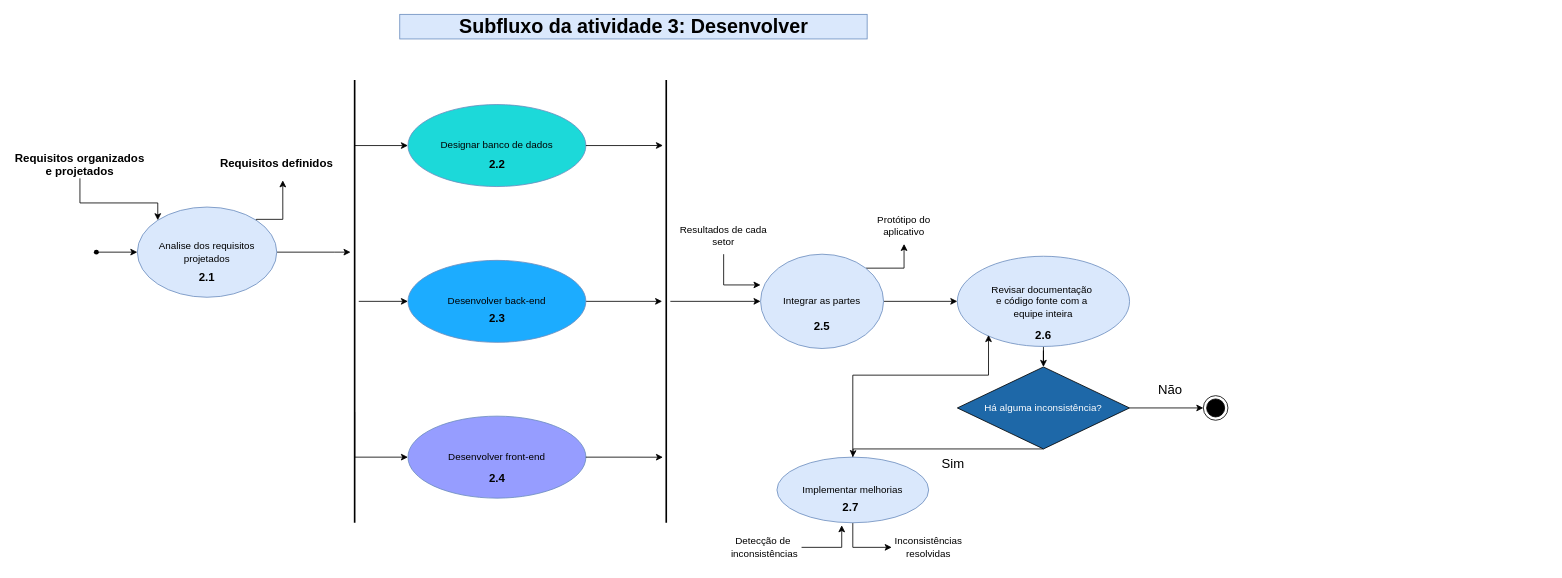
Earlier version of the draw.io diagram page "Subfluxo atv 3" (4 of 8) of Diagrama sem nome.drawio (helloisasilva/Processo-de-engenharia-de-software-para-App-mobile). Source tidied: cells renumbered, new cells numbered last; positions are measured from the earlier drawing's top-left corner, leaving out a move shared by most shapes. Both pictures are drawn from the tidied source at 82%, with x=0, y=0 at pixel (14, 14).
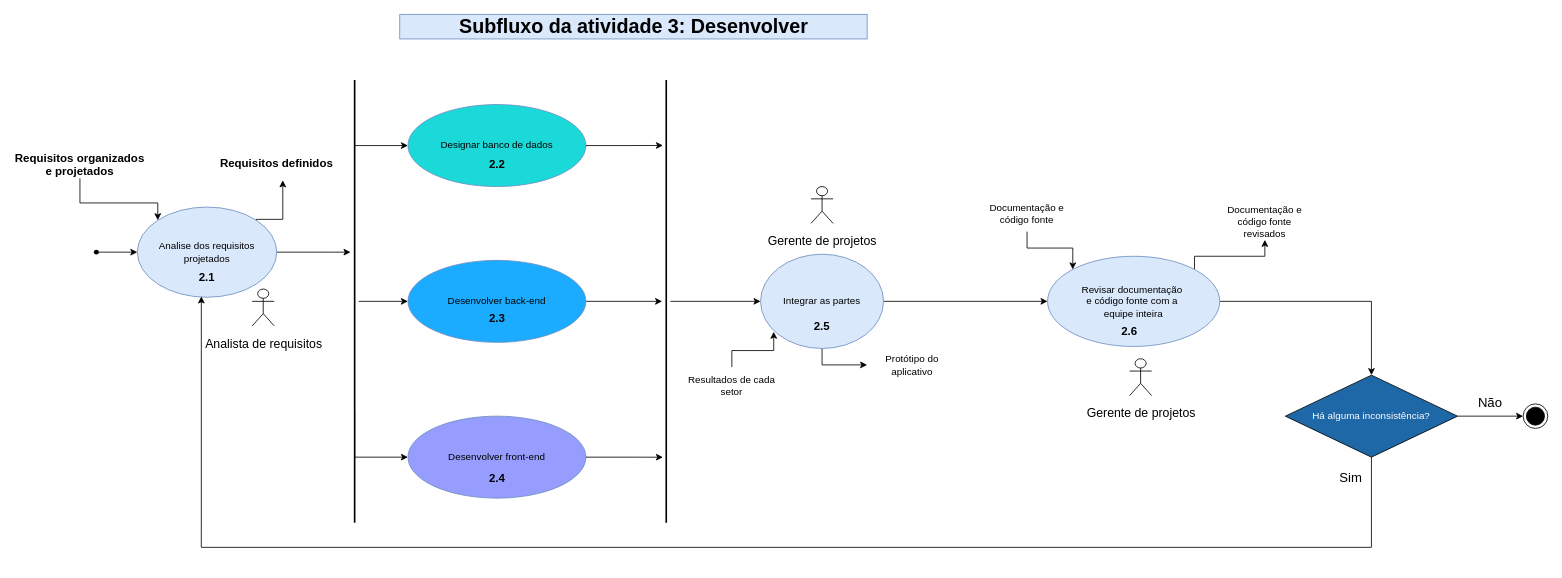
The same page after the edit.

Unchanged cells that the change refers to:
```xml
<mxCell id="5" value="&lt;div&gt;Analise dos requisitos projetados&lt;/div&gt;" style="ellipse;whiteSpace=wrap;html=1;fillColor=#dae8fc;strokeColor=#6c8ebf;" parent="1" vertex="1">
  <mxGeometry x="150" y="235" width="170" height="110" as="geometry" />
</mxCell>
<mxCell id="26" value="Integrar as partes" style="ellipse;whiteSpace=wrap;html=1;fillColor=#dae8fc;strokeColor=#6c8ebf;" parent="1" vertex="1">
  <mxGeometry x="910" y="292.5" width="150" height="115" as="geometry" />
</mxCell>
```

Change to the diagram source:
```diff
@@
+    <mxCell id="25" style="edgeStyle=orthogonalEdgeStyle;rounded=0;jettySize=auto;html=1;" parent="1" edge="1" source="26" target="28">
+      <mxGeometry relative="1" as="geometry" />
+    </mxCell>
-    <mxCell id="24" style="edgeStyle=orthogonalEdgeStyle;rounded=0;jettySize=auto;html=1;exitX=1;exitY=0;exitDx=0;exitDy=0;entryX=0.5;entryY=1;entryDx=0;entryDy=0;" parent="1" edge="1" source="26" target="31">
-      <mxGeometry relative="1" as="geometry">
-        <Array as="points">
-          <mxPoint x="1085" y="310" />
-        </Array>
-      </mxGeometry>
+    <mxCell id="24" style="edgeStyle=orthogonalEdgeStyle;rounded=0;jettySize=auto;html=1;entryX=0;entryY=0.5;entryDx=0;entryDy=0;" parent="1" edge="1" source="26" target="31">
+      <mxGeometry relative="1" as="geometry" />
     </mxCell>
-    <mxCell id="25" style="edgeStyle=orthogonalEdgeStyle;rounded=0;jettySize=auto;html=1;" parent="1" edge="1" source="26" target="28">
-      <mxGeometry relative="1" as="geometry" />
-    </mxCell>
@@
+    <mxCell id="50" style="edgeStyle=orthogonalEdgeStyle;rounded=0;jettySize=auto;html=1;exitX=1;exitY=0;exitDx=0;exitDy=0;entryX=0.5;entryY=1;entryDx=0;entryDy=0;" parent="1" edge="1" source="28" target="56">
+      <mxGeometry relative="1" as="geometry">
+        <Array as="points">
+          <mxPoint x="1439" y="295" />
+          <mxPoint x="1525" y="295" />
+        </Array>
+      </mxGeometry>
+    </mxCell>
     <mxCell id="28" value="Revisar documentação&amp;nbsp;&lt;div&gt;e código fonte com a&amp;nbsp;&lt;/div&gt;&lt;div&gt;equipe inteira&lt;/div&gt;" style="ellipse;whiteSpace=wrap;html=1;fillColor=#dae8fc;strokeColor=#6c8ebf;" parent="1" vertex="1">
-      <mxGeometry x="1150" y="295" width="210" height="110" as="geometry" />
+      <mxGeometry x="1260" y="295" width="210" height="110" as="geometry" />
     </mxCell>
     <mxCell id="29" value="Resultados de cada setor" style="text;html=1;align=center;verticalAlign=middle;whiteSpace=wrap;rounded=0;" parent="1" vertex="1">
-      <mxGeometry x="810" y="247.5" width="110" height="45" as="geometry" />
+      <mxGeometry x="820" y="430" width="110" height="45" as="geometry" />
     </mxCell>
-    <mxCell id="30" style="edgeStyle=orthogonalEdgeStyle;rounded=0;jettySize=auto;html=1;exitX=0.5;exitY=1;exitDx=0;exitDy=0;entryX=0;entryY=0.326;entryDx=0;entryDy=0;entryPerimeter=0;" parent="1" edge="1" source="29" target="26">
-      <mxGeometry relative="1" as="geometry" />
-    </mxCell>
     <mxCell id="31" value="Protótipo do aplicativo" style="text;html=1;align=center;verticalAlign=middle;whiteSpace=wrap;rounded=0;" parent="1" vertex="1">
-      <mxGeometry x="1030" y="235" width="110" height="45" as="geometry" />
+      <mxGeometry x="1040" y="405" width="110" height="45" as="geometry" />
     </mxCell>
-    <mxCell id="32" style="edgeStyle=orthogonalEdgeStyle;rounded=0;jettySize=auto;html=1;" parent="1" edge="1" source="34" target="36">
+    <mxCell id="32" style="edgeStyle=orthogonalEdgeStyle;rounded=0;jettySize=auto;html=1;entryX=0.459;entryY=0.991;entryDx=0;entryDy=0;entryPerimeter=0;" parent="1" edge="1" source="34" target="5">
       <mxGeometry relative="1" as="geometry">
         <Array as="points">
-          <mxPoint x="1023" y="530" />
+          <mxPoint x="1655" y="650" />
+          <mxPoint x="228" y="650" />
         </Array>
       </mxGeometry>
     </mxCell>
@@
     <mxCell id="34" value="&lt;font color=&quot;#ffffff&quot;&gt;Há alguma inconsistência?&lt;/font&gt;" style="rhombus;whiteSpace=wrap;html=1;fillColor=#1E68A8;" parent="1" vertex="1">
-      <mxGeometry x="1150" y="430" width="210" height="100" as="geometry" />
+      <mxGeometry x="1550" y="440" width="210" height="100" as="geometry" />
     </mxCell>
-    <mxCell id="35" style="edgeStyle=orthogonalEdgeStyle;rounded=0;jettySize=auto;html=1;exitX=0.5;exitY=1;exitDx=0;exitDy=0;entryX=0;entryY=0.5;entryDx=0;entryDy=0;" parent="1" edge="1" source="36" target="43">
-      <mxGeometry relative="1" as="geometry" />
-    </mxCell>
-    <mxCell id="36" value="Implementar melhorias" style="ellipse;whiteSpace=wrap;html=1;fillColor=#dae8fc;strokeColor=#6c8ebf;" parent="1" vertex="1">
-      <mxGeometry x="930" y="540" width="185" height="80" as="geometry" />
-    </mxCell>
-    <mxCell id="37" style="edgeStyle=orthogonalEdgeStyle;rounded=0;jettySize=auto;html=1;entryX=0.181;entryY=0.873;entryDx=0;entryDy=0;entryPerimeter=0;" parent="1" edge="1" source="36" target="28">
-      <mxGeometry relative="1" as="geometry">
-        <Array as="points">
-          <mxPoint x="1023" y="440" />
-          <mxPoint x="1188" y="440" />
-        </Array>
-      </mxGeometry>
-    </mxCell>
     <mxCell id="38" style="ellipse;html=1;shape=endState;fillColor=strokeColor;" parent="1" vertex="1">
-      <mxGeometry x="1450" y="465" width="30" height="30" as="geometry" />
+      <mxGeometry x="1840" y="475" width="30" height="30" as="geometry" />
     </mxCell>
     <mxCell id="39" value="&lt;font style=&quot;font-size: 16px;&quot;&gt;Não&lt;/font&gt;" style="text;html=1;align=center;verticalAlign=middle;whiteSpace=wrap;rounded=0;" parent="1" vertex="1">
-      <mxGeometry x="1380" y="440" width="60" height="35" as="geometry" />
+      <mxGeometry x="1770" y="455" width="60" height="35" as="geometry" />
     </mxCell>
     <mxCell id="40" value="&lt;font style=&quot;font-size: 16px;&quot;&gt;Sim&lt;/font&gt;" style="text;html=1;align=center;verticalAlign=middle;whiteSpace=wrap;rounded=0;" parent="1" vertex="1">
-      <mxGeometry x="1115" y="530" width="60" height="35" as="geometry" />
+      <mxGeometry x="1600" y="547.5" width="60" height="35" as="geometry" />
     </mxCell>
-    <mxCell id="41" value="Detecção de&amp;nbsp;&lt;div&gt;inconsistências&lt;/div&gt;" style="text;html=1;align=center;verticalAlign=middle;whiteSpace=wrap;rounded=0;" parent="1" vertex="1">
-      <mxGeometry x="870" y="630" width="90" height="40" as="geometry" />
-    </mxCell>
-    <mxCell id="42" style="edgeStyle=orthogonalEdgeStyle;rounded=0;jettySize=auto;html=1;exitX=1;exitY=0.5;exitDx=0;exitDy=0;entryX=0.427;entryY=1.038;entryDx=0;entryDy=0;entryPerimeter=0;" parent="1" edge="1" source="41" target="36">
-      <mxGeometry relative="1" as="geometry" />
-    </mxCell>
-    <mxCell id="43" value="Inconsistências resolvidas" style="text;html=1;align=center;verticalAlign=middle;whiteSpace=wrap;rounded=0;" parent="1" vertex="1">
-      <mxGeometry x="1070" y="630" width="90" height="40" as="geometry" />
-    </mxCell>
@@
     <mxCell id="48" value="&lt;font style=&quot;font-size: 14px;&quot;&gt;&lt;b&gt;2.6&lt;/b&gt;&lt;/font&gt;" style="text;html=1;strokeColor=none;fillColor=none;align=center;verticalAlign=middle;whiteSpace=wrap;overflow=hidden;" parent="1" vertex="1">
-      <mxGeometry x="1215" y="380" width="80" height="20" as="geometry" />
+      <mxGeometry x="1320" y="375" width="80" height="20" as="geometry" />
     </mxCell>
-    <mxCell id="49" value="&lt;font style=&quot;font-size: 14px;&quot;&gt;&lt;b&gt;2.7&lt;/b&gt;&lt;/font&gt;" style="text;html=1;strokeColor=none;fillColor=none;align=center;verticalAlign=middle;whiteSpace=wrap;overflow=hidden;" parent="1" vertex="1">
-      <mxGeometry x="980" y="590" width="80" height="20" as="geometry" />
-    </mxCell>
+    <mxCell id="51" value="&lt;font style=&quot;font-size: 15px;&quot;&gt;Analista de requisitos&lt;/font&gt;" style="shape=umlActor;verticalLabelPosition=bottom;verticalAlign=top;html=1;fontSize=21;" parent="1" vertex="1">
+      <mxGeometry x="290" y="335" width="27" height="45" as="geometry" />
+    </mxCell>
+    <mxCell id="52" value="&lt;font style=&quot;font-size: 15px;&quot;&gt;Gerente de projetos&lt;/font&gt;" style="shape=umlActor;verticalLabelPosition=bottom;verticalAlign=top;html=1;fontSize=21;" parent="1" vertex="1">
+      <mxGeometry x="971.5" y="210" width="27" height="45" as="geometry" />
+    </mxCell>
+    <mxCell id="53" value="&lt;font style=&quot;font-size: 15px;&quot;&gt;Gerente de projetos&lt;/font&gt;" style="shape=umlActor;verticalLabelPosition=bottom;verticalAlign=top;html=1;fontSize=21;" parent="1" vertex="1">
+      <mxGeometry x="1360" y="420" width="27" height="45" as="geometry" />
+    </mxCell>
+    <mxCell id="54" style="edgeStyle=orthogonalEdgeStyle;rounded=0;jettySize=auto;html=1;entryX=0;entryY=0;entryDx=0;entryDy=0;" parent="1" edge="1" source="55" target="28">
+      <mxGeometry relative="1" as="geometry" />
+    </mxCell>
+    <mxCell id="55" value="Documentação e código fonte" style="text;html=1;align=center;verticalAlign=middle;whiteSpace=wrap;rounded=0;" parent="1" vertex="1">
+      <mxGeometry x="1180" y="220" width="110" height="45" as="geometry" />
+    </mxCell>
+    <mxCell id="30" style="edgeStyle=orthogonalEdgeStyle;rounded=0;jettySize=auto;html=1;entryX=0.107;entryY=0.822;entryDx=0;entryDy=0;entryPerimeter=0;" parent="1" edge="1" source="29" target="26">
+      <mxGeometry relative="1" as="geometry" />
+    </mxCell>
+    <mxCell id="56" value="Documentação e código fonte revisados" style="text;html=1;align=center;verticalAlign=middle;whiteSpace=wrap;rounded=0;" parent="1" vertex="1">
+      <mxGeometry x="1470" y="230" width="110" height="45" as="geometry" />
+    </mxCell>
```
